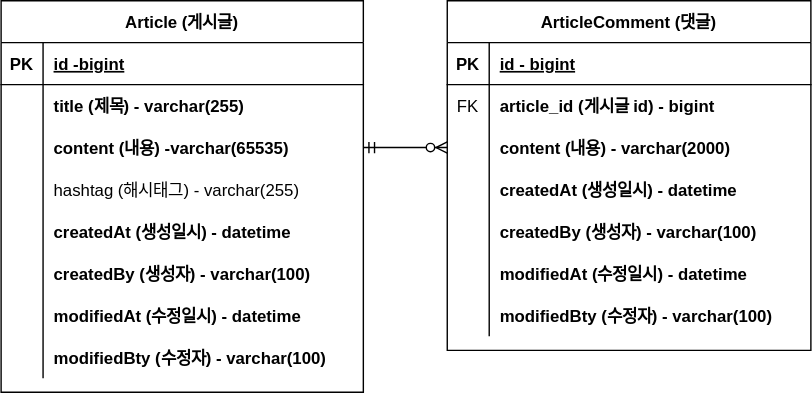
Above: document/project-board -erd.svg in jihoone/project-board (draw.io), before the change. Source tidied: cells renumbered, new cells last; positions are measured from the earlier drawing's top-left corner, leaving out a move shared by most shapes.
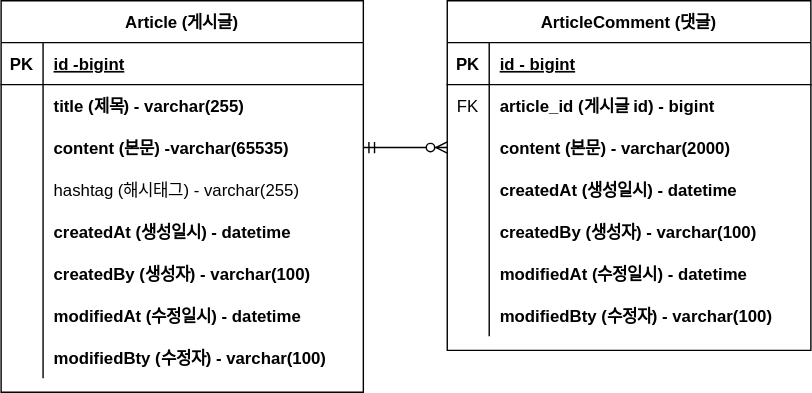
After the commit.

Commit message:
#8 - ERD 주석 업데이트 : project-board -erd.svg

Diff of the diagram source:
```diff
@@ -29,7 +29,7 @@
     <mxCell id="10" style="shape=partialRectangle;fillColor=none;top=0;left=0;bottom=0;right=0;overflow=hidden;" parent="9" vertex="1">
       <mxGeometry width="30" height="30" as="geometry" />
     </mxCell>
-    <mxCell id="11" value="content (내용) -varchar(65535)" style="shape=partialRectangle;fillColor=none;top=0;left=0;bottom=0;right=0;align=left;spacingLeft=6;overflow=hidden;fontStyle=1;" parent="9" vertex="1">
+    <mxCell id="11" value="content (본문) -varchar(65535)" style="shape=partialRectangle;fillColor=none;top=0;left=0;bottom=0;right=0;align=left;spacingLeft=6;overflow=hidden;fontStyle=1;" parent="9" vertex="1">
       <mxGeometry x="30" width="229" height="30" as="geometry" />
     </mxCell>
     <mxCell id="12" style="shape=tableRow;horizontal=0;startSize=0;swimlaneHead=0;swimlaneBody=0;fillColor=none;top=0;left=0;right=0;bottom=0;" parent="2" vertex="1">
@@ -104,7 +104,7 @@
     <mxCell id="35" style="shape=partialRectangle;fillColor=none;top=0;left=0;bottom=0;right=0;overflow=hidden;" parent="34" vertex="1">
       <mxGeometry width="30" height="30" as="geometry" />
     </mxCell>
-    <mxCell id="36" value="content (내용) - varchar(2000)" style="shape=partialRectangle;fillColor=none;top=0;left=0;bottom=0;right=0;align=left;spacingLeft=6;overflow=hidden;fontStyle=1;" parent="34" vertex="1">
+    <mxCell id="36" value="content (본문) - varchar(2000)" style="shape=partialRectangle;fillColor=none;top=0;left=0;bottom=0;right=0;align=left;spacingLeft=6;overflow=hidden;fontStyle=1;" parent="34" vertex="1">
       <mxGeometry x="30" width="230" height="30" as="geometry" />
     </mxCell>
     <mxCell id="37" style="shape=tableRow;horizontal=0;startSize=0;swimlaneHead=0;swimlaneBody=0;fillColor=none;top=0;left=0;right=0;bottom=0;" parent="27" vertex="1">
```
